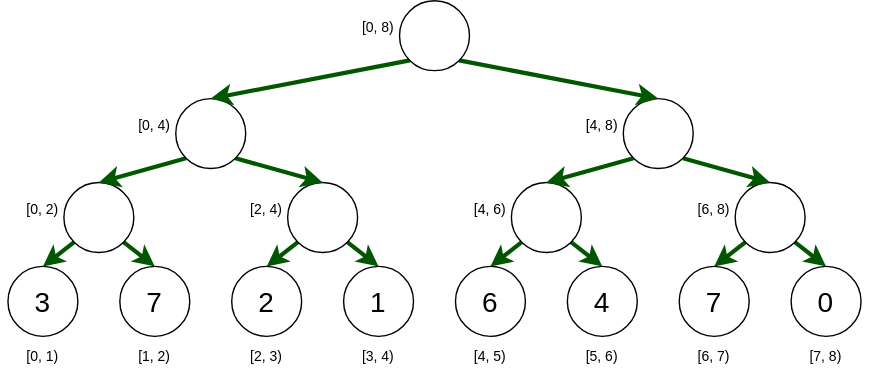
Earlier version of the draw.io export segment_tree/sg2.svg (kolychestiy/olymp). Source tidied: cells renumbered, new cells last; positions are measured from the earlier drawing's top-left corner, leaving out a move shared by most shapes. The source it was exported from:
```xml
<mxGraphModel>
  <root>
    <mxCell id="0" />
    <mxCell id="1" parent="0" />
    <mxCell id="2" value="&lt;font style=&quot;font-size: 20px;&quot;&gt;3&lt;/font&gt;" style="ellipse;whiteSpace=wrap;html=1;strokeColor=default;fontSize=20;" parent="1" vertex="1">
      <mxGeometry x="5" y="190" width="50" height="50" as="geometry" />
    </mxCell>
    <mxCell id="3" value="7" style="ellipse;whiteSpace=wrap;html=1;strokeColor=default;fontSize=20;" parent="1" vertex="1">
      <mxGeometry x="85" y="190" width="50" height="50" as="geometry" />
    </mxCell>
    <mxCell id="4" style="edgeStyle=none;html=1;exitX=0;exitY=1;exitDx=0;exitDy=0;entryX=0.5;entryY=0;entryDx=0;entryDy=0;strokeColor=#005700;fillColor=#008a00;strokeWidth=3;fontSize=20;" parent="1" edge="1" source="6" target="2">
      <mxGeometry relative="1" as="geometry" />
    </mxCell>
    <mxCell id="5" style="edgeStyle=none;html=1;exitX=1;exitY=1;exitDx=0;exitDy=0;entryX=0.5;entryY=0;entryDx=0;entryDy=0;strokeColor=#005700;fillColor=#008a00;strokeWidth=3;fontSize=20;" parent="1" edge="1" source="6" target="3">
      <mxGeometry relative="1" as="geometry" />
    </mxCell>
    <mxCell id="6" style="ellipse;whiteSpace=wrap;html=1;strokeColor=default;" parent="1" vertex="1">
      <mxGeometry x="45" y="130" width="50" height="50" as="geometry" />
    </mxCell>
    <mxCell id="7" value="2" style="ellipse;whiteSpace=wrap;html=1;strokeColor=default;fontSize=20;" parent="1" vertex="1">
      <mxGeometry x="165" y="190" width="50" height="50" as="geometry" />
    </mxCell>
    <mxCell id="8" value="1" style="ellipse;whiteSpace=wrap;html=1;strokeColor=default;fontSize=20;" parent="1" vertex="1">
      <mxGeometry x="245" y="190" width="50" height="50" as="geometry" />
    </mxCell>
    <mxCell id="9" style="edgeStyle=none;html=1;exitX=0;exitY=1;exitDx=0;exitDy=0;entryX=0.5;entryY=0;entryDx=0;entryDy=0;strokeColor=#005700;fillColor=#008a00;strokeWidth=3;fontSize=20;" parent="1" edge="1" source="11" target="7">
      <mxGeometry relative="1" as="geometry" />
    </mxCell>
    <mxCell id="10" style="edgeStyle=none;html=1;exitX=1;exitY=1;exitDx=0;exitDy=0;entryX=0.5;entryY=0;entryDx=0;entryDy=0;strokeColor=#005700;fillColor=#008a00;strokeWidth=3;fontSize=20;" parent="1" edge="1" source="11" target="8">
      <mxGeometry relative="1" as="geometry" />
    </mxCell>
    <mxCell id="11" style="ellipse;whiteSpace=wrap;html=1;strokeColor=default;" parent="1" vertex="1">
      <mxGeometry x="205" y="130" width="50" height="50" as="geometry" />
    </mxCell>
    <mxCell id="12" style="edgeStyle=none;html=1;exitX=0;exitY=1;exitDx=0;exitDy=0;entryX=0.5;entryY=0;entryDx=0;entryDy=0;strokeWidth=3;strokeColor=#005700;fillColor=#008a00;" parent="1" edge="1" source="14" target="6">
      <mxGeometry relative="1" as="geometry" />
    </mxCell>
    <mxCell id="13" style="edgeStyle=none;html=1;exitX=1;exitY=1;exitDx=0;exitDy=0;entryX=0.5;entryY=0;entryDx=0;entryDy=0;strokeWidth=3;strokeColor=#005700;fillColor=#008a00;" parent="1" edge="1" source="14" target="11">
      <mxGeometry relative="1" as="geometry" />
    </mxCell>
    <mxCell id="14" style="ellipse;whiteSpace=wrap;html=1;strokeColor=default;" parent="1" vertex="1">
      <mxGeometry x="125" y="70" width="50" height="50" as="geometry" />
    </mxCell>
    <mxCell id="15" value="6" style="ellipse;whiteSpace=wrap;html=1;strokeColor=default;fontSize=20;" parent="1" vertex="1">
      <mxGeometry x="325" y="190" width="50" height="50" as="geometry" />
    </mxCell>
    <mxCell id="16" value="4" style="ellipse;whiteSpace=wrap;html=1;strokeColor=default;fontSize=20;" parent="1" vertex="1">
      <mxGeometry x="405" y="190" width="50" height="50" as="geometry" />
    </mxCell>
    <mxCell id="17" style="edgeStyle=none;html=1;exitX=0;exitY=1;exitDx=0;exitDy=0;entryX=0.5;entryY=0;entryDx=0;entryDy=0;strokeColor=#005700;fillColor=#008a00;strokeWidth=3;fontSize=20;" parent="1" edge="1" source="19" target="15">
      <mxGeometry relative="1" as="geometry" />
    </mxCell>
    <mxCell id="18" style="edgeStyle=none;html=1;exitX=1;exitY=1;exitDx=0;exitDy=0;entryX=0.5;entryY=0;entryDx=0;entryDy=0;strokeColor=#005700;fillColor=#008a00;strokeWidth=3;fontSize=20;" parent="1" edge="1" source="19" target="16">
      <mxGeometry relative="1" as="geometry" />
    </mxCell>
    <mxCell id="19" style="ellipse;whiteSpace=wrap;html=1;strokeColor=default;" parent="1" vertex="1">
      <mxGeometry x="365" y="130" width="50" height="50" as="geometry" />
    </mxCell>
    <mxCell id="20" value="7" style="ellipse;whiteSpace=wrap;html=1;strokeColor=default;fontSize=20;" parent="1" vertex="1">
      <mxGeometry x="485" y="190" width="50" height="50" as="geometry" />
    </mxCell>
    <mxCell id="21" value="0" style="ellipse;whiteSpace=wrap;html=1;strokeColor=default;fontSize=20;" parent="1" vertex="1">
      <mxGeometry x="565" y="190" width="50" height="50" as="geometry" />
    </mxCell>
    <mxCell id="22" style="edgeStyle=none;html=1;exitX=0;exitY=1;exitDx=0;exitDy=0;entryX=0.5;entryY=0;entryDx=0;entryDy=0;strokeColor=#005700;fillColor=#008a00;strokeWidth=3;fontSize=20;" parent="1" edge="1" source="24" target="20">
      <mxGeometry relative="1" as="geometry" />
    </mxCell>
    <mxCell id="23" style="edgeStyle=none;html=1;exitX=1;exitY=1;exitDx=0;exitDy=0;entryX=0.5;entryY=0;entryDx=0;entryDy=0;strokeColor=#005700;fillColor=#008a00;strokeWidth=3;fontSize=20;" parent="1" edge="1" source="24" target="21">
      <mxGeometry relative="1" as="geometry" />
    </mxCell>
    <mxCell id="24" style="ellipse;whiteSpace=wrap;html=1;strokeColor=default;" parent="1" vertex="1">
      <mxGeometry x="525" y="130" width="50" height="50" as="geometry" />
    </mxCell>
    <mxCell id="25" style="edgeStyle=none;html=1;exitX=0;exitY=1;exitDx=0;exitDy=0;entryX=0.5;entryY=0;entryDx=0;entryDy=0;strokeWidth=3;strokeColor=#005700;fillColor=#008a00;" parent="1" edge="1" source="27" target="19">
      <mxGeometry relative="1" as="geometry" />
    </mxCell>
    <mxCell id="26" style="edgeStyle=none;html=1;exitX=1;exitY=1;exitDx=0;exitDy=0;entryX=0.5;entryY=0;entryDx=0;entryDy=0;strokeWidth=3;strokeColor=#005700;fillColor=#008a00;" parent="1" edge="1" source="27" target="24">
      <mxGeometry relative="1" as="geometry" />
    </mxCell>
    <mxCell id="27" style="ellipse;whiteSpace=wrap;html=1;strokeColor=default;" parent="1" vertex="1">
      <mxGeometry x="445" y="70" width="50" height="50" as="geometry" />
    </mxCell>
    <mxCell id="28" style="edgeStyle=none;html=1;exitX=0;exitY=1;exitDx=0;exitDy=0;entryX=0.5;entryY=0;entryDx=0;entryDy=0;strokeWidth=3;strokeColor=#005700;fillColor=#008a00;" parent="1" edge="1" source="30" target="14">
      <mxGeometry relative="1" as="geometry" />
    </mxCell>
    <mxCell id="29" style="edgeStyle=none;html=1;exitX=1;exitY=1;exitDx=0;exitDy=0;entryX=0.5;entryY=0;entryDx=0;entryDy=0;strokeWidth=3;strokeColor=#005700;fillColor=#008a00;" parent="1" edge="1" source="30" target="27">
      <mxGeometry relative="1" as="geometry" />
    </mxCell>
    <mxCell id="30" style="ellipse;whiteSpace=wrap;html=1;strokeColor=default;" parent="1" vertex="1">
      <mxGeometry x="285" width="50" height="50" as="geometry" />
    </mxCell>
    <mxCell id="31" value="&lt;font style=&quot;background-color: rgb(255, 255, 255); font-size: 10px;&quot;&gt;[0, 1)&lt;/font&gt;" style="text;html=1;strokeColor=none;fillColor=none;align=center;verticalAlign=middle;whiteSpace=wrap;rounded=0;fontSize=20;fontColor=none;" parent="1" vertex="1">
      <mxGeometry y="235" width="60" height="30" as="geometry" />
    </mxCell>
    <mxCell id="32" value="&lt;font style=&quot;background-color: rgb(255, 255, 255); font-size: 10px;&quot;&gt;[1, 2)&lt;/font&gt;" style="text;html=1;strokeColor=none;fillColor=none;align=center;verticalAlign=middle;whiteSpace=wrap;rounded=0;fontSize=20;fontColor=none;" parent="1" vertex="1">
      <mxGeometry x="80" y="235" width="60" height="30" as="geometry" />
    </mxCell>
    <mxCell id="33" value="&lt;font style=&quot;background-color: rgb(255, 255, 255); font-size: 10px;&quot;&gt;[2, 3)&lt;/font&gt;" style="text;html=1;strokeColor=none;fillColor=none;align=center;verticalAlign=middle;whiteSpace=wrap;rounded=0;fontSize=20;fontColor=none;" parent="1" vertex="1">
      <mxGeometry x="160" y="235" width="60" height="30" as="geometry" />
    </mxCell>
    <mxCell id="34" value="&lt;font style=&quot;background-color: rgb(255, 255, 255); font-size: 10px;&quot;&gt;[3, 4)&lt;/font&gt;" style="text;html=1;strokeColor=none;fillColor=none;align=center;verticalAlign=middle;whiteSpace=wrap;rounded=0;fontSize=20;fontColor=none;" parent="1" vertex="1">
      <mxGeometry x="240" y="235" width="60" height="30" as="geometry" />
    </mxCell>
    <mxCell id="35" value="&lt;font style=&quot;background-color: rgb(255, 255, 255); font-size: 10px;&quot;&gt;[4, 5)&lt;/font&gt;" style="text;html=1;strokeColor=none;fillColor=none;align=center;verticalAlign=middle;whiteSpace=wrap;rounded=0;fontSize=20;fontColor=none;" parent="1" vertex="1">
      <mxGeometry x="320" y="235" width="60" height="30" as="geometry" />
    </mxCell>
    <mxCell id="36" value="&lt;font style=&quot;background-color: rgb(255, 255, 255); font-size: 10px;&quot;&gt;[5, 6)&lt;/font&gt;" style="text;html=1;strokeColor=none;fillColor=none;align=center;verticalAlign=middle;whiteSpace=wrap;rounded=0;fontSize=20;fontColor=none;" parent="1" vertex="1">
      <mxGeometry x="400" y="235" width="60" height="30" as="geometry" />
    </mxCell>
    <mxCell id="37" value="&lt;font style=&quot;background-color: rgb(255, 255, 255); font-size: 10px;&quot;&gt;[6, 7)&lt;/font&gt;" style="text;html=1;strokeColor=none;fillColor=none;align=center;verticalAlign=middle;whiteSpace=wrap;rounded=0;fontSize=20;fontColor=none;" parent="1" vertex="1">
      <mxGeometry x="480" y="235" width="60" height="30" as="geometry" />
    </mxCell>
    <mxCell id="38" value="&lt;font style=&quot;background-color: rgb(255, 255, 255); font-size: 10px;&quot;&gt;[7, 8)&lt;/font&gt;" style="text;html=1;strokeColor=none;fillColor=none;align=center;verticalAlign=middle;whiteSpace=wrap;rounded=0;fontSize=20;fontColor=none;" parent="1" vertex="1">
      <mxGeometry x="560" y="235" width="60" height="30" as="geometry" />
    </mxCell>
    <mxCell id="39" value="&lt;font style=&quot;background-color: rgb(255, 255, 255); font-size: 10px;&quot;&gt;[0, 2)&lt;/font&gt;" style="text;html=1;strokeColor=none;fillColor=none;align=center;verticalAlign=middle;whiteSpace=wrap;rounded=0;fontSize=20;fontColor=none;" parent="1" vertex="1">
      <mxGeometry y="130" width="60" height="30" as="geometry" />
    </mxCell>
    <mxCell id="40" value="&lt;font style=&quot;background-color: rgb(255, 255, 255); font-size: 10px;&quot;&gt;[2, 4)&lt;/font&gt;" style="text;html=1;strokeColor=none;fillColor=none;align=center;verticalAlign=middle;whiteSpace=wrap;rounded=0;fontSize=20;fontColor=none;" parent="1" vertex="1">
      <mxGeometry x="160" y="130" width="60" height="30" as="geometry" />
    </mxCell>
    <mxCell id="41" value="&lt;font style=&quot;background-color: rgb(255, 255, 255); font-size: 10px;&quot;&gt;[4, 6)&lt;/font&gt;" style="text;html=1;strokeColor=none;fillColor=none;align=center;verticalAlign=middle;whiteSpace=wrap;rounded=0;fontSize=20;fontColor=none;" parent="1" vertex="1">
      <mxGeometry x="320" y="130" width="60" height="30" as="geometry" />
    </mxCell>
    <mxCell id="42" value="&lt;font style=&quot;background-color: rgb(255, 255, 255); font-size: 10px;&quot;&gt;[6, 8)&lt;/font&gt;" style="text;html=1;strokeColor=none;fillColor=none;align=center;verticalAlign=middle;whiteSpace=wrap;rounded=0;fontSize=20;fontColor=none;" parent="1" vertex="1">
      <mxGeometry x="480" y="130" width="60" height="30" as="geometry" />
    </mxCell>
    <mxCell id="43" value="&lt;font style=&quot;background-color: rgb(255, 255, 255); font-size: 10px;&quot;&gt;[0, 4)&lt;/font&gt;" style="text;html=1;strokeColor=none;fillColor=none;align=center;verticalAlign=middle;whiteSpace=wrap;rounded=0;fontSize=20;fontColor=none;" parent="1" vertex="1">
      <mxGeometry x="80" y="70" width="60" height="30" as="geometry" />
    </mxCell>
    <mxCell id="44" value="&lt;font style=&quot;background-color: rgb(255, 255, 255); font-size: 10px;&quot;&gt;[4, 8)&lt;/font&gt;" style="text;html=1;strokeColor=none;fillColor=none;align=center;verticalAlign=middle;whiteSpace=wrap;rounded=0;fontSize=20;fontColor=none;" parent="1" vertex="1">
      <mxGeometry x="400" y="70" width="60" height="30" as="geometry" />
    </mxCell>
    <mxCell id="45" value="&lt;font style=&quot;background-color: rgb(255, 255, 255); font-size: 10px;&quot;&gt;[0, 8)&lt;/font&gt;" style="text;html=1;strokeColor=none;fillColor=none;align=center;verticalAlign=middle;whiteSpace=wrap;rounded=0;fontSize=20;fontColor=none;" parent="1" vertex="1">
      <mxGeometry x="240" width="60" height="30" as="geometry" />
    </mxCell>
  </root>
</mxGraphModel>
```
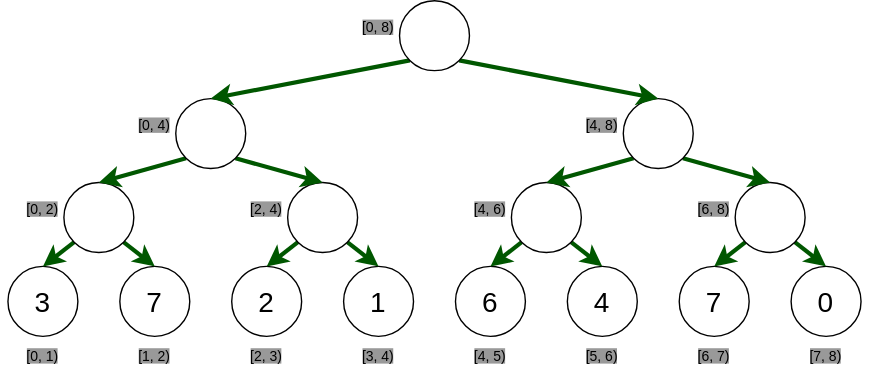
Above is the later version.

Diff of the diagram source:
```diff
@@ -89,49 +89,49 @@
     <mxCell id="30" style="ellipse;whiteSpace=wrap;html=1;strokeColor=default;" parent="1" vertex="1">
       <mxGeometry x="285" width="50" height="50" as="geometry" />
     </mxCell>
-    <mxCell id="31" value="&lt;font style=&quot;background-color: rgb(255, 255, 255); font-size: 10px;&quot;&gt;[0, 1)&lt;/font&gt;" style="text;html=1;strokeColor=none;fillColor=none;align=center;verticalAlign=middle;whiteSpace=wrap;rounded=0;fontSize=20;fontColor=none;" parent="1" vertex="1">
+    <mxCell id="31" value="&lt;font style=&quot;font-size: 10px; background-color: rgb(153, 153, 153);&quot;&gt;[0, 1)&lt;/font&gt;" style="text;html=1;strokeColor=none;fillColor=none;align=center;verticalAlign=middle;whiteSpace=wrap;rounded=0;fontSize=20;fontColor=none;" parent="1" vertex="1">
       <mxGeometry y="235" width="60" height="30" as="geometry" />
     </mxCell>
-    <mxCell id="32" value="&lt;font style=&quot;background-color: rgb(255, 255, 255); font-size: 10px;&quot;&gt;[1, 2)&lt;/font&gt;" style="text;html=1;strokeColor=none;fillColor=none;align=center;verticalAlign=middle;whiteSpace=wrap;rounded=0;fontSize=20;fontColor=none;" parent="1" vertex="1">
+    <mxCell id="32" value="&lt;font style=&quot;font-size: 10px; background-color: rgb(153, 153, 153);&quot;&gt;[1, 2)&lt;/font&gt;" style="text;html=1;strokeColor=none;fillColor=none;align=center;verticalAlign=middle;whiteSpace=wrap;rounded=0;fontSize=20;fontColor=none;" parent="1" vertex="1">
       <mxGeometry x="80" y="235" width="60" height="30" as="geometry" />
     </mxCell>
-    <mxCell id="33" value="&lt;font style=&quot;background-color: rgb(255, 255, 255); font-size: 10px;&quot;&gt;[2, 3)&lt;/font&gt;" style="text;html=1;strokeColor=none;fillColor=none;align=center;verticalAlign=middle;whiteSpace=wrap;rounded=0;fontSize=20;fontColor=none;" parent="1" vertex="1">
+    <mxCell id="33" value="&lt;font style=&quot;font-size: 10px; background-color: rgb(153, 153, 153);&quot;&gt;[2, 3)&lt;/font&gt;" style="text;html=1;strokeColor=none;fillColor=none;align=center;verticalAlign=middle;whiteSpace=wrap;rounded=0;fontSize=20;fontColor=none;" parent="1" vertex="1">
       <mxGeometry x="160" y="235" width="60" height="30" as="geometry" />
     </mxCell>
-    <mxCell id="34" value="&lt;font style=&quot;background-color: rgb(255, 255, 255); font-size: 10px;&quot;&gt;[3, 4)&lt;/font&gt;" style="text;html=1;strokeColor=none;fillColor=none;align=center;verticalAlign=middle;whiteSpace=wrap;rounded=0;fontSize=20;fontColor=none;" parent="1" vertex="1">
+    <mxCell id="34" value="&lt;font style=&quot;font-size: 10px; background-color: rgb(153, 153, 153);&quot;&gt;[3, 4)&lt;/font&gt;" style="text;html=1;strokeColor=none;fillColor=none;align=center;verticalAlign=middle;whiteSpace=wrap;rounded=0;fontSize=20;fontColor=none;" parent="1" vertex="1">
       <mxGeometry x="240" y="235" width="60" height="30" as="geometry" />
     </mxCell>
-    <mxCell id="35" value="&lt;font style=&quot;background-color: rgb(255, 255, 255); font-size: 10px;&quot;&gt;[4, 5)&lt;/font&gt;" style="text;html=1;strokeColor=none;fillColor=none;align=center;verticalAlign=middle;whiteSpace=wrap;rounded=0;fontSize=20;fontColor=none;" parent="1" vertex="1">
+    <mxCell id="35" value="&lt;font style=&quot;font-size: 10px; background-color: rgb(153, 153, 153);&quot;&gt;[4, 5)&lt;/font&gt;" style="text;html=1;strokeColor=none;fillColor=none;align=center;verticalAlign=middle;whiteSpace=wrap;rounded=0;fontSize=20;fontColor=none;" parent="1" vertex="1">
       <mxGeometry x="320" y="235" width="60" height="30" as="geometry" />
     </mxCell>
-    <mxCell id="36" value="&lt;font style=&quot;background-color: rgb(255, 255, 255); font-size: 10px;&quot;&gt;[5, 6)&lt;/font&gt;" style="text;html=1;strokeColor=none;fillColor=none;align=center;verticalAlign=middle;whiteSpace=wrap;rounded=0;fontSize=20;fontColor=none;" parent="1" vertex="1">
+    <mxCell id="36" value="&lt;font style=&quot;font-size: 10px; background-color: rgb(153, 153, 153);&quot;&gt;[5, 6)&lt;/font&gt;" style="text;html=1;strokeColor=none;fillColor=none;align=center;verticalAlign=middle;whiteSpace=wrap;rounded=0;fontSize=20;fontColor=none;" parent="1" vertex="1">
       <mxGeometry x="400" y="235" width="60" height="30" as="geometry" />
     </mxCell>
-    <mxCell id="37" value="&lt;font style=&quot;background-color: rgb(255, 255, 255); font-size: 10px;&quot;&gt;[6, 7)&lt;/font&gt;" style="text;html=1;strokeColor=none;fillColor=none;align=center;verticalAlign=middle;whiteSpace=wrap;rounded=0;fontSize=20;fontColor=none;" parent="1" vertex="1">
+    <mxCell id="37" value="&lt;font style=&quot;font-size: 10px; background-color: rgb(153, 153, 153);&quot;&gt;[6, 7)&lt;/font&gt;" style="text;html=1;strokeColor=none;fillColor=none;align=center;verticalAlign=middle;whiteSpace=wrap;rounded=0;fontSize=20;fontColor=none;" parent="1" vertex="1">
       <mxGeometry x="480" y="235" width="60" height="30" as="geometry" />
     </mxCell>
-    <mxCell id="38" value="&lt;font style=&quot;background-color: rgb(255, 255, 255); font-size: 10px;&quot;&gt;[7, 8)&lt;/font&gt;" style="text;html=1;strokeColor=none;fillColor=none;align=center;verticalAlign=middle;whiteSpace=wrap;rounded=0;fontSize=20;fontColor=none;" parent="1" vertex="1">
+    <mxCell id="38" value="&lt;font style=&quot;font-size: 10px; background-color: rgb(153, 153, 153);&quot;&gt;[7, 8)&lt;/font&gt;" style="text;html=1;strokeColor=none;fillColor=none;align=center;verticalAlign=middle;whiteSpace=wrap;rounded=0;fontSize=20;fontColor=none;" parent="1" vertex="1">
       <mxGeometry x="560" y="235" width="60" height="30" as="geometry" />
     </mxCell>
-    <mxCell id="39" value="&lt;font style=&quot;background-color: rgb(255, 255, 255); font-size: 10px;&quot;&gt;[0, 2)&lt;/font&gt;" style="text;html=1;strokeColor=none;fillColor=none;align=center;verticalAlign=middle;whiteSpace=wrap;rounded=0;fontSize=20;fontColor=none;" parent="1" vertex="1">
+    <mxCell id="39" value="&lt;font style=&quot;font-size: 10px; background-color: rgb(153, 153, 153);&quot;&gt;[0, 2)&lt;/font&gt;" style="text;html=1;strokeColor=none;fillColor=none;align=center;verticalAlign=middle;whiteSpace=wrap;rounded=0;fontSize=20;fontColor=none;" parent="1" vertex="1">
       <mxGeometry y="130" width="60" height="30" as="geometry" />
     </mxCell>
-    <mxCell id="40" value="&lt;font style=&quot;background-color: rgb(255, 255, 255); font-size: 10px;&quot;&gt;[2, 4)&lt;/font&gt;" style="text;html=1;strokeColor=none;fillColor=none;align=center;verticalAlign=middle;whiteSpace=wrap;rounded=0;fontSize=20;fontColor=none;" parent="1" vertex="1">
+    <mxCell id="40" value="&lt;font style=&quot;font-size: 10px; background-color: rgb(153, 153, 153);&quot;&gt;[2, 4)&lt;/font&gt;" style="text;html=1;strokeColor=none;fillColor=none;align=center;verticalAlign=middle;whiteSpace=wrap;rounded=0;fontSize=20;fontColor=none;" parent="1" vertex="1">
       <mxGeometry x="160" y="130" width="60" height="30" as="geometry" />
     </mxCell>
-    <mxCell id="41" value="&lt;font style=&quot;background-color: rgb(255, 255, 255); font-size: 10px;&quot;&gt;[4, 6)&lt;/font&gt;" style="text;html=1;strokeColor=none;fillColor=none;align=center;verticalAlign=middle;whiteSpace=wrap;rounded=0;fontSize=20;fontColor=none;" parent="1" vertex="1">
+    <mxCell id="41" value="&lt;font style=&quot;font-size: 10px; background-color: rgb(153, 153, 153);&quot;&gt;[4, 6)&lt;/font&gt;" style="text;html=1;strokeColor=none;fillColor=none;align=center;verticalAlign=middle;whiteSpace=wrap;rounded=0;fontSize=20;fontColor=none;" parent="1" vertex="1">
       <mxGeometry x="320" y="130" width="60" height="30" as="geometry" />
     </mxCell>
-    <mxCell id="42" value="&lt;font style=&quot;background-color: rgb(255, 255, 255); font-size: 10px;&quot;&gt;[6, 8)&lt;/font&gt;" style="text;html=1;strokeColor=none;fillColor=none;align=center;verticalAlign=middle;whiteSpace=wrap;rounded=0;fontSize=20;fontColor=none;" parent="1" vertex="1">
+    <mxCell id="42" value="&lt;font style=&quot;font-size: 10px; background-color: rgb(153, 153, 153);&quot;&gt;[6, 8)&lt;/font&gt;" style="text;html=1;strokeColor=none;fillColor=none;align=center;verticalAlign=middle;whiteSpace=wrap;rounded=0;fontSize=20;fontColor=none;" parent="1" vertex="1">
       <mxGeometry x="480" y="130" width="60" height="30" as="geometry" />
     </mxCell>
-    <mxCell id="43" value="&lt;font style=&quot;background-color: rgb(255, 255, 255); font-size: 10px;&quot;&gt;[0, 4)&lt;/font&gt;" style="text;html=1;strokeColor=none;fillColor=none;align=center;verticalAlign=middle;whiteSpace=wrap;rounded=0;fontSize=20;fontColor=none;" parent="1" vertex="1">
+    <mxCell id="43" value="&lt;font style=&quot;font-size: 10px; background-color: rgb(153, 153, 153);&quot;&gt;[0, 4)&lt;/font&gt;" style="text;html=1;strokeColor=none;fillColor=none;align=center;verticalAlign=middle;whiteSpace=wrap;rounded=0;fontSize=20;fontColor=none;" parent="1" vertex="1">
       <mxGeometry x="80" y="70" width="60" height="30" as="geometry" />
     </mxCell>
-    <mxCell id="44" value="&lt;font style=&quot;background-color: rgb(255, 255, 255); font-size: 10px;&quot;&gt;[4, 8)&lt;/font&gt;" style="text;html=1;strokeColor=none;fillColor=none;align=center;verticalAlign=middle;whiteSpace=wrap;rounded=0;fontSize=20;fontColor=none;" parent="1" vertex="1">
+    <mxCell id="44" value="&lt;font style=&quot;font-size: 10px; background-color: rgb(153, 153, 153);&quot;&gt;[4, 8)&lt;/font&gt;" style="text;html=1;strokeColor=none;fillColor=none;align=center;verticalAlign=middle;whiteSpace=wrap;rounded=0;fontSize=20;fontColor=none;" parent="1" vertex="1">
       <mxGeometry x="400" y="70" width="60" height="30" as="geometry" />
     </mxCell>
-    <mxCell id="45" value="&lt;font style=&quot;background-color: rgb(255, 255, 255); font-size: 10px;&quot;&gt;[0, 8)&lt;/font&gt;" style="text;html=1;strokeColor=none;fillColor=none;align=center;verticalAlign=middle;whiteSpace=wrap;rounded=0;fontSize=20;fontColor=none;" parent="1" vertex="1">
+    <mxCell id="45" value="&lt;font style=&quot;font-size: 10px; background-color: rgb(153, 153, 153);&quot;&gt;[0, 8)&lt;/font&gt;" style="text;html=1;strokeColor=none;fillColor=none;align=center;verticalAlign=middle;whiteSpace=wrap;rounded=0;fontSize=20;fontColor=none;" parent="1" vertex="1">
       <mxGeometry x="240" width="60" height="30" as="geometry" />
     </mxCell>
   </root>
```
